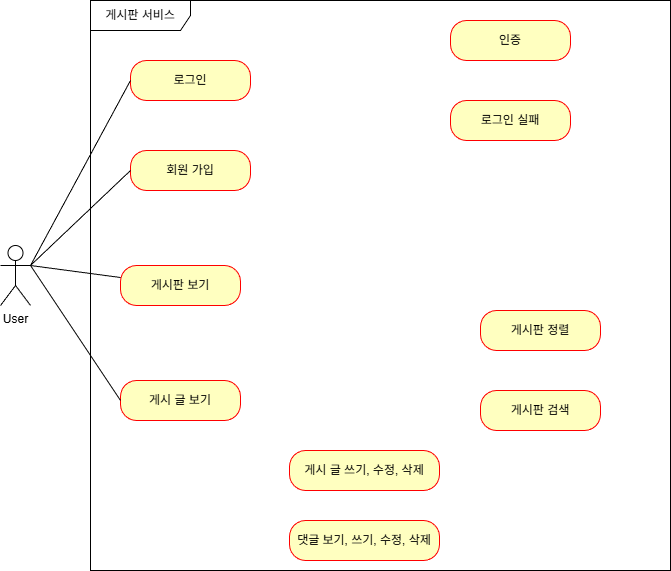
yoojanghun/board-making-practice keeps this draw.io diagram as usecase/usecase.drawio.png. Above is the earlier version. Source tidied: cells renumbered, new cells last; positions are measured from the earlier drawing's top-left corner, leaving out a move shared by most shapes. Its diagram source:
```xml
<mxGraphModel>
  <root>
    <mxCell id="0" />
    <mxCell id="1" parent="0" />
    <mxCell id="2" value="User" style="shape=umlActor;verticalLabelPosition=bottom;verticalAlign=top;html=1;" parent="1" vertex="1">
      <mxGeometry y="245" width="30" height="60" as="geometry" />
    </mxCell>
    <mxCell id="3" value="게시판 서비스" style="shape=umlFrame;whiteSpace=wrap;html=1;width=100;height=30;" parent="1" vertex="1">
      <mxGeometry x="90" width="580" height="570" as="geometry" />
    </mxCell>
    <mxCell id="4" value="회원 가입" style="rounded=1;whiteSpace=wrap;html=1;arcSize=40;fontColor=#000000;fillColor=#ffffc0;strokeColor=#ff0000;" parent="1" vertex="1">
      <mxGeometry x="130" y="150" width="120" height="40" as="geometry" />
    </mxCell>
    <mxCell id="5" style="rounded=0;jettySize=auto;html=1;shape=wire;dashed=1;endArrow=none;endFill=0;entryX=1;entryY=0.3333333333333333;entryDx=0;entryDy=0;entryPerimeter=0;exitX=0;exitY=0.5;exitDx=0;exitDy=0;" parent="1" edge="1" source="4" target="2">
      <mxGeometry relative="1" as="geometry" />
    </mxCell>
    <mxCell id="6" value="게시판 보기" style="rounded=1;whiteSpace=wrap;html=1;arcSize=40;fontColor=#000000;fillColor=#ffffc0;strokeColor=#ff0000;" parent="1" vertex="1">
      <mxGeometry x="120" y="265" width="120" height="40" as="geometry" />
    </mxCell>
    <mxCell id="7" value="게시 글 보기" style="rounded=1;whiteSpace=wrap;html=1;arcSize=40;fontColor=#000000;fillColor=#ffffc0;strokeColor=#ff0000;" parent="1" vertex="1">
      <mxGeometry x="120" y="380" width="120" height="40" as="geometry" />
    </mxCell>
    <mxCell id="8" value="로그인" style="rounded=1;whiteSpace=wrap;html=1;arcSize=40;fontColor=#000000;fillColor=#ffffc0;strokeColor=#ff0000;" parent="1" vertex="1">
      <mxGeometry x="130" y="60" width="120" height="40" as="geometry" />
    </mxCell>
    <mxCell id="9" value="인증" style="rounded=1;whiteSpace=wrap;html=1;arcSize=40;fontColor=#000000;fillColor=#ffffc0;strokeColor=#ff0000;" parent="1" vertex="1">
      <mxGeometry x="450" y="20" width="120" height="40" as="geometry" />
    </mxCell>
    <mxCell id="10" value="로그인 실패" style="rounded=1;whiteSpace=wrap;html=1;arcSize=40;fontColor=#000000;fillColor=#ffffc0;strokeColor=#ff0000;" parent="1" vertex="1">
      <mxGeometry x="450" y="100" width="120" height="40" as="geometry" />
    </mxCell>
    <mxCell id="11" value="게시판 정렬" style="rounded=1;whiteSpace=wrap;html=1;arcSize=40;fontColor=#000000;fillColor=#ffffc0;strokeColor=#ff0000;" parent="1" vertex="1">
      <mxGeometry x="480" y="310" width="120" height="40" as="geometry" />
    </mxCell>
    <mxCell id="12" value="게시판 검색" style="rounded=1;whiteSpace=wrap;html=1;arcSize=40;fontColor=#000000;fillColor=#ffffc0;strokeColor=#ff0000;" parent="1" vertex="1">
      <mxGeometry x="480" y="390" width="120" height="40" as="geometry" />
    </mxCell>
    <mxCell id="13" value="게시 글 쓰기, 수정, 삭제" style="rounded=1;whiteSpace=wrap;html=1;arcSize=40;fontColor=#000000;fillColor=#ffffc0;strokeColor=#ff0000;" parent="1" vertex="1">
      <mxGeometry x="289" y="450" width="150" height="40" as="geometry" />
    </mxCell>
    <mxCell id="14" value="댓글 보기, 쓰기, 수정, 삭제" style="rounded=1;whiteSpace=wrap;html=1;arcSize=40;fontColor=#000000;fillColor=#ffffc0;strokeColor=#ff0000;" parent="1" vertex="1">
      <mxGeometry x="289" y="520" width="150" height="40" as="geometry" />
    </mxCell>
    <mxCell id="15" style="shape=connector;rounded=0;jettySize=auto;html=1;entryX=1;entryY=0.3333333333333333;entryDx=0;entryDy=0;entryPerimeter=0;strokeColor=default;align=center;verticalAlign=middle;fontFamily=Helvetica;fontSize=11;fontColor=default;labelBackgroundColor=default;endArrow=none;endFill=0;exitX=0;exitY=0.5;exitDx=0;exitDy=0;" parent="1" edge="1" source="8" target="2">
      <mxGeometry relative="1" as="geometry" />
    </mxCell>
    <mxCell id="16" style="shape=connector;rounded=0;jettySize=auto;html=1;entryX=1;entryY=0.3333333333333333;entryDx=0;entryDy=0;entryPerimeter=0;strokeColor=default;align=center;verticalAlign=middle;fontFamily=Helvetica;fontSize=11;fontColor=default;labelBackgroundColor=default;endArrow=none;endFill=0;" parent="1" edge="1" source="6" target="2">
      <mxGeometry relative="1" as="geometry" />
    </mxCell>
    <mxCell id="17" style="shape=connector;rounded=0;jettySize=auto;html=1;entryX=1;entryY=0.3333333333333333;entryDx=0;entryDy=0;entryPerimeter=0;strokeColor=default;align=center;verticalAlign=middle;fontFamily=Helvetica;fontSize=11;fontColor=default;labelBackgroundColor=default;endArrow=none;endFill=0;exitX=0;exitY=0.5;exitDx=0;exitDy=0;" parent="1" edge="1" source="7" target="2">
      <mxGeometry relative="1" as="geometry" />
    </mxCell>
  </root>
</mxGraphModel>
```
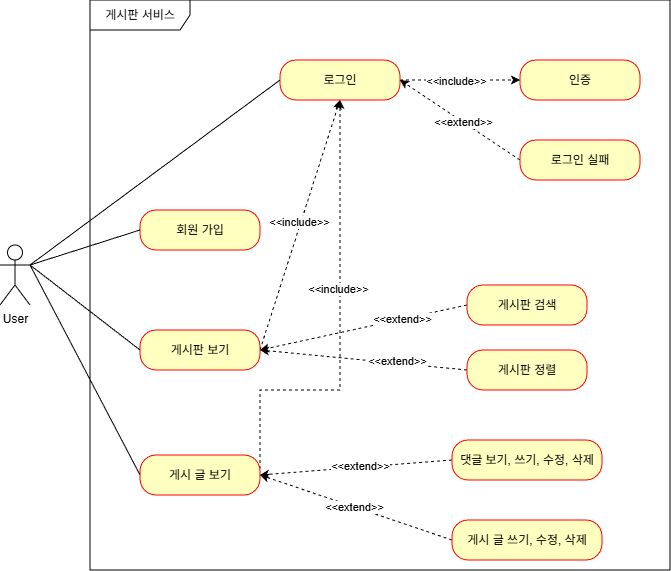
Above is the later version.

Commit message:
#5 - 게시판 Use Case 완성

Diff of the diagram source:
```diff
@@ -9,42 +9,95 @@
       <mxGeometry x="90" width="580" height="570" as="geometry" />
     </mxCell>
     <mxCell id="4" value="회원 가입" style="rounded=1;whiteSpace=wrap;html=1;arcSize=40;fontColor=#000000;fillColor=#ffffc0;strokeColor=#ff0000;" parent="1" vertex="1">
-      <mxGeometry x="130" y="150" width="120" height="40" as="geometry" />
+      <mxGeometry x="140" y="210" width="120" height="40" as="geometry" />
     </mxCell>
     <mxCell id="5" style="rounded=0;jettySize=auto;html=1;shape=wire;dashed=1;endArrow=none;endFill=0;entryX=1;entryY=0.3333333333333333;entryDx=0;entryDy=0;entryPerimeter=0;exitX=0;exitY=0.5;exitDx=0;exitDy=0;" parent="1" edge="1" source="4" target="2">
       <mxGeometry relative="1" as="geometry" />
     </mxCell>
+    <mxCell id="18" style="rounded=0;jettySize=auto;html=1;exitX=1;exitY=0.5;exitDx=0;exitDy=0;entryX=0.5;entryY=1;entryDx=0;entryDy=0;dashed=1;" parent="1" edge="1" source="6" target="8">
+      <mxGeometry relative="1" as="geometry" />
+    </mxCell>
+    <mxCell id="19" value="&amp;lt;&amp;lt;include&amp;gt;&amp;gt;" style="edgeLabel;html=1;align=center;verticalAlign=middle;" parent="18" vertex="1">
+      <mxGeometry x="0.02" y="2" relative="1" as="geometry" />
+    </mxCell>
     <mxCell id="6" value="게시판 보기" style="rounded=1;whiteSpace=wrap;html=1;arcSize=40;fontColor=#000000;fillColor=#ffffc0;strokeColor=#ff0000;" parent="1" vertex="1">
-      <mxGeometry x="120" y="265" width="120" height="40" as="geometry" />
+      <mxGeometry x="140" y="330" width="120" height="40" as="geometry" />
     </mxCell>
+    <mxCell id="20" style="edgeStyle=orthogonalEdgeStyle;rounded=0;jettySize=auto;html=1;exitX=1;exitY=0.5;exitDx=0;exitDy=0;entryX=0.5;entryY=1;entryDx=0;entryDy=0;dashed=1;" parent="1" edge="1" source="7" target="8">
+      <mxGeometry relative="1" as="geometry">
+        <Array as="points">
+          <mxPoint x="260" y="390" />
+          <mxPoint x="340" y="390" />
+        </Array>
+      </mxGeometry>
+    </mxCell>
+    <mxCell id="21" value="&amp;lt;&amp;lt;include&amp;gt;&amp;gt;" style="edgeLabel;html=1;align=center;verticalAlign=middle;" parent="20" vertex="1">
+      <mxGeometry x="0.17" y="2" relative="1" as="geometry" />
+    </mxCell>
     <mxCell id="7" value="게시 글 보기" style="rounded=1;whiteSpace=wrap;html=1;arcSize=40;fontColor=#000000;fillColor=#ffffc0;strokeColor=#ff0000;" parent="1" vertex="1">
-      <mxGeometry x="120" y="380" width="120" height="40" as="geometry" />
+      <mxGeometry x="140" y="455" width="120" height="40" as="geometry" />
     </mxCell>
+    <mxCell id="22" style="rounded=0;jettySize=auto;html=1;exitX=1;exitY=0.5;exitDx=0;exitDy=0;entryX=0;entryY=0.5;entryDx=0;entryDy=0;dashed=1;" parent="1" edge="1" source="8" target="9">
+      <mxGeometry relative="1" as="geometry" />
+    </mxCell>
+    <mxCell id="23" value="&amp;lt;&amp;lt;include&amp;gt;&amp;gt;" style="edgeLabel;html=1;align=center;verticalAlign=middle;" parent="22" vertex="1">
+      <mxGeometry x="-0.07" y="-1" relative="1" as="geometry" />
+    </mxCell>
     <mxCell id="8" value="로그인" style="rounded=1;whiteSpace=wrap;html=1;arcSize=40;fontColor=#000000;fillColor=#ffffc0;strokeColor=#ff0000;" parent="1" vertex="1">
-      <mxGeometry x="130" y="60" width="120" height="40" as="geometry" />
+      <mxGeometry x="280" y="60" width="120" height="40" as="geometry" />
     </mxCell>
     <mxCell id="9" value="인증" style="rounded=1;whiteSpace=wrap;html=1;arcSize=40;fontColor=#000000;fillColor=#ffffc0;strokeColor=#ff0000;" parent="1" vertex="1">
-      <mxGeometry x="450" y="20" width="120" height="40" as="geometry" />
+      <mxGeometry x="520" y="60" width="120" height="40" as="geometry" />
     </mxCell>
+    <mxCell id="24" style="rounded=0;jettySize=auto;html=1;exitX=0;exitY=0.5;exitDx=0;exitDy=0;entryX=1;entryY=0.5;entryDx=0;entryDy=0;dashed=1;" parent="1" edge="1" source="10" target="8">
+      <mxGeometry relative="1" as="geometry" />
+    </mxCell>
+    <mxCell id="25" value="&amp;lt;&amp;lt;extend&amp;gt;&amp;gt;" style="edgeLabel;html=1;align=center;verticalAlign=middle;" parent="24" vertex="1">
+      <mxGeometry x="-0.04" relative="1" as="geometry" />
+    </mxCell>
     <mxCell id="10" value="로그인 실패" style="rounded=1;whiteSpace=wrap;html=1;arcSize=40;fontColor=#000000;fillColor=#ffffc0;strokeColor=#ff0000;" parent="1" vertex="1">
-      <mxGeometry x="450" y="100" width="120" height="40" as="geometry" />
+      <mxGeometry x="520" y="140" width="120" height="40" as="geometry" />
     </mxCell>
+    <mxCell id="26" style="rounded=0;jettySize=auto;html=1;exitX=0;exitY=0.5;exitDx=0;exitDy=0;entryX=1;entryY=0.5;entryDx=0;entryDy=0;dashed=1;" parent="1" edge="1" source="11" target="6">
+      <mxGeometry relative="1" as="geometry" />
+    </mxCell>
+    <mxCell id="27" value="&amp;lt;&amp;lt;extend&amp;gt;&amp;gt;" style="edgeLabel;html=1;align=center;verticalAlign=middle;" parent="26" vertex="1">
+      <mxGeometry x="-0.32" y="-2" relative="1" as="geometry" />
+    </mxCell>
     <mxCell id="11" value="게시판 정렬" style="rounded=1;whiteSpace=wrap;html=1;arcSize=40;fontColor=#000000;fillColor=#ffffc0;strokeColor=#ff0000;" parent="1" vertex="1">
-      <mxGeometry x="480" y="310" width="120" height="40" as="geometry" />
+      <mxGeometry x="467" y="350" width="120" height="40" as="geometry" />
     </mxCell>
+    <mxCell id="28" style="rounded=0;jettySize=auto;html=1;exitX=0;exitY=0.5;exitDx=0;exitDy=0;entryX=1;entryY=0.5;entryDx=0;entryDy=0;dashed=1;" parent="1" edge="1" source="12" target="6">
+      <mxGeometry relative="1" as="geometry" />
+    </mxCell>
+    <mxCell id="29" value="&amp;lt;&amp;lt;extend&amp;gt;&amp;gt;" style="edgeLabel;html=1;align=center;verticalAlign=middle;" parent="28" vertex="1">
+      <mxGeometry x="-0.37" y="-1" relative="1" as="geometry" />
+    </mxCell>
     <mxCell id="12" value="게시판 검색" style="rounded=1;whiteSpace=wrap;html=1;arcSize=40;fontColor=#000000;fillColor=#ffffc0;strokeColor=#ff0000;" parent="1" vertex="1">
-      <mxGeometry x="480" y="390" width="120" height="40" as="geometry" />
+      <mxGeometry x="467" y="285" width="120" height="40" as="geometry" />
     </mxCell>
+    <mxCell id="30" style="rounded=0;jettySize=auto;html=1;exitX=0;exitY=0.5;exitDx=0;exitDy=0;entryX=1;entryY=0.5;entryDx=0;entryDy=0;dashed=1;" parent="1" edge="1" source="13" target="7">
+      <mxGeometry relative="1" as="geometry" />
+    </mxCell>
+    <mxCell id="31" value="&amp;lt;&amp;lt;extend&amp;gt;&amp;gt;" style="edgeLabel;html=1;align=center;verticalAlign=middle;" parent="30" vertex="1">
+      <mxGeometry x="0.02" relative="1" as="geometry" />
+    </mxCell>
     <mxCell id="13" value="게시 글 쓰기, 수정, 삭제" style="rounded=1;whiteSpace=wrap;html=1;arcSize=40;fontColor=#000000;fillColor=#ffffc0;strokeColor=#ff0000;" parent="1" vertex="1">
-      <mxGeometry x="289" y="450" width="150" height="40" as="geometry" />
+      <mxGeometry x="452" y="520" width="150" height="40" as="geometry" />
     </mxCell>
+    <mxCell id="32" style="rounded=0;jettySize=auto;html=1;exitX=0;exitY=0.5;exitDx=0;exitDy=0;entryX=1;entryY=0.5;entryDx=0;entryDy=0;dashed=1;" parent="1" edge="1" source="14" target="7">
+      <mxGeometry relative="1" as="geometry" />
+    </mxCell>
+    <mxCell id="33" value="&amp;lt;&amp;lt;extend&amp;gt;&amp;gt;" style="edgeLabel;html=1;align=center;verticalAlign=middle;" parent="32" vertex="1">
+      <mxGeometry x="-0.04" y="-1" relative="1" as="geometry" />
+    </mxCell>
     <mxCell id="14" value="댓글 보기, 쓰기, 수정, 삭제" style="rounded=1;whiteSpace=wrap;html=1;arcSize=40;fontColor=#000000;fillColor=#ffffc0;strokeColor=#ff0000;" parent="1" vertex="1">
-      <mxGeometry x="289" y="520" width="150" height="40" as="geometry" />
+      <mxGeometry x="452" y="440" width="150" height="40" as="geometry" />
     </mxCell>
     <mxCell id="15" style="shape=connector;rounded=0;jettySize=auto;html=1;entryX=1;entryY=0.3333333333333333;entryDx=0;entryDy=0;entryPerimeter=0;strokeColor=default;align=center;verticalAlign=middle;fontFamily=Helvetica;fontSize=11;fontColor=default;labelBackgroundColor=default;endArrow=none;endFill=0;exitX=0;exitY=0.5;exitDx=0;exitDy=0;" parent="1" edge="1" source="8" target="2">
       <mxGeometry relative="1" as="geometry" />
     </mxCell>
-    <mxCell id="16" style="shape=connector;rounded=0;jettySize=auto;html=1;entryX=1;entryY=0.3333333333333333;entryDx=0;entryDy=0;entryPerimeter=0;strokeColor=default;align=center;verticalAlign=middle;fontFamily=Helvetica;fontSize=11;fontColor=default;labelBackgroundColor=default;endArrow=none;endFill=0;" parent="1" edge="1" source="6" target="2">
+    <mxCell id="16" style="shape=connector;rounded=0;jettySize=auto;html=1;entryX=1;entryY=0.3333333333333333;entryDx=0;entryDy=0;entryPerimeter=0;strokeColor=default;align=center;verticalAlign=middle;fontFamily=Helvetica;fontSize=11;fontColor=default;labelBackgroundColor=default;endArrow=none;endFill=0;exitX=0;exitY=0.5;exitDx=0;exitDy=0;" parent="1" edge="1" source="6" target="2">
       <mxGeometry relative="1" as="geometry" />
     </mxCell>
     <mxCell id="17" style="shape=connector;rounded=0;jettySize=auto;html=1;entryX=1;entryY=0.3333333333333333;entryDx=0;entryDy=0;entryPerimeter=0;strokeColor=default;align=center;verticalAlign=middle;fontFamily=Helvetica;fontSize=11;fontColor=default;labelBackgroundColor=default;endArrow=none;endFill=0;exitX=0;exitY=0.5;exitDx=0;exitDy=0;" parent="1" edge="1" source="7" target="2">
```
